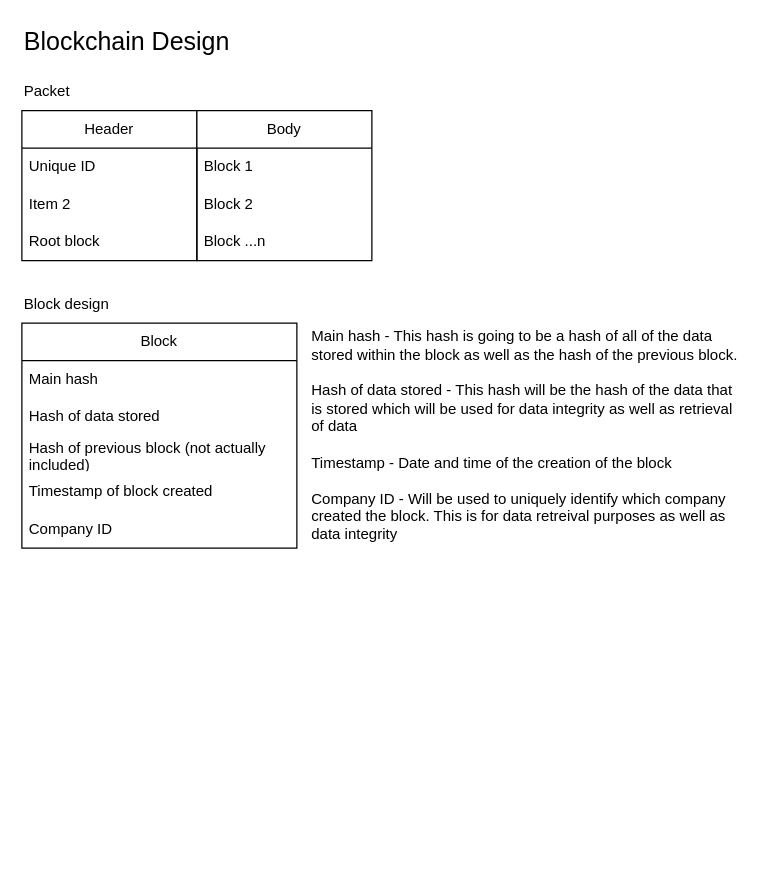
This is documentation/Blockchain design.drawio from LouisDonaldson/Blockchain-Cloud-Storage-Web-Service, a draw.io file, before an edit. Source tidied: cells renumbered, new cells numbered last; positions are measured from the earlier drawing's top-left corner, leaving out a move shared by most shapes. Both pictures are drawn from the tidied source at 125%, with x=0, y=0 at pixel (21, 21).
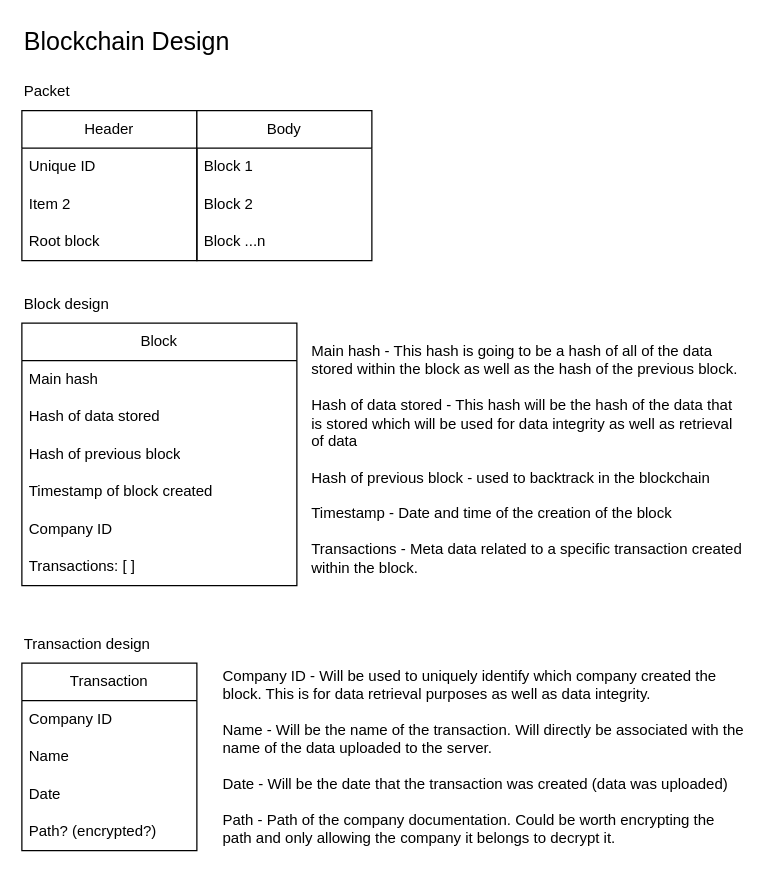
The same diagram, later.

Commit message (it also covers changes not shown here):
updated blockchain design

Diff of the diagram source:
```diff
@@
     <mxCell id="13" value="Block" style="swimlane;fontStyle=0;horizontal=1;startSize=30;whiteSpace=wrap;html=1;fontSize=12;fillColor=default;" parent="1" vertex="1">
-      <mxGeometry y="241" width="220" height="180" as="geometry" />
+      <mxGeometry y="241" width="220" height="210" as="geometry" />
     </mxCell>
@@
-    <mxCell id="16" value="Hash of previous block (not actually included)" style="text;strokeColor=none;fillColor=none;align=left;verticalAlign=middle;spacingLeft=4;spacingRight=4;overflow=hidden;whiteSpace=wrap;html=1;fontSize=12;" parent="13" vertex="1">
+    <mxCell id="16" value="Hash of previous block" style="text;strokeColor=none;fillColor=none;align=left;verticalAlign=middle;spacingLeft=4;spacingRight=4;overflow=hidden;whiteSpace=wrap;html=1;fontSize=12;" parent="13" vertex="1">
       <mxGeometry y="90" width="220" height="30" as="geometry" />
     </mxCell>
@@
+    <mxCell id="20" value="Transactions: [ ]" style="text;strokeColor=none;fillColor=none;align=left;verticalAlign=middle;spacingLeft=4;spacingRight=4;overflow=hidden;whiteSpace=wrap;html=1;" parent="13" vertex="1">
+      <mxGeometry y="180" width="220" height="30" as="geometry" />
+    </mxCell>
-    <mxCell id="19" value="Main hash - This hash is going to be a hash of all of the data stored within the block as well as the hash of the previous block.&lt;br&gt;&lt;br&gt;Hash of data stored - This hash will be the hash of the data that is stored which will be used for data integrity as well as retrieval of data&lt;br&gt;&lt;br&gt;Timestamp - Date and time of the creation of the block&lt;br&gt;&lt;br&gt;Company ID - Will be used to uniquely identify which company created the block. This is for data retreival purposes as well as data integrity" style="text;html=1;strokeColor=none;fillColor=none;align=left;verticalAlign=middle;whiteSpace=wrap;rounded=0;fontSize=12;" parent="1" vertex="1">
-      <mxGeometry x="230" y="226" width="350" height="210" as="geometry" />
+    <mxCell id="19" value="Main hash - This hash is going to be a hash of all of the data stored within the block as well as the hash of the previous block.&lt;br&gt;&lt;br&gt;Hash of data stored - This hash will be the hash of the data that is stored which will be used for data integrity as well as retrieval of data&lt;br&gt;&lt;br&gt;Hash of previous block - used to backtrack in the blockchain&amp;nbsp;&lt;br&gt;&lt;br&gt;Timestamp - Date and time of the creation of the block&lt;br&gt;&lt;br&gt;Transactions - Meta data related to a specific transaction created within the block." style="text;html=1;strokeColor=none;fillColor=none;align=left;verticalAlign=middle;whiteSpace=wrap;rounded=0;fontSize=12;" parent="1" vertex="1">
+      <mxGeometry x="230" y="226" width="350" height="247" as="geometry" />
     </mxCell>
+    <mxCell id="21" value="Transaction" style="swimlane;fontStyle=0;horizontal=1;startSize=30;whiteSpace=wrap;html=1;" parent="1" vertex="1">
+      <mxGeometry y="513" width="140" height="150" as="geometry" />
+    </mxCell>
+    <mxCell id="22" value="Company ID" style="text;strokeColor=none;fillColor=none;align=left;verticalAlign=middle;spacingLeft=4;spacingRight=4;overflow=hidden;whiteSpace=wrap;html=1;" parent="21" vertex="1">
+      <mxGeometry y="30" width="140" height="30" as="geometry" />
+    </mxCell>
+    <mxCell id="23" value="Name" style="text;strokeColor=none;fillColor=none;align=left;verticalAlign=middle;spacingLeft=4;spacingRight=4;overflow=hidden;whiteSpace=wrap;html=1;" parent="21" vertex="1">
+      <mxGeometry y="60" width="140" height="30" as="geometry" />
+    </mxCell>
+    <mxCell id="24" value="Date" style="text;strokeColor=none;fillColor=none;align=left;verticalAlign=middle;spacingLeft=4;spacingRight=4;overflow=hidden;whiteSpace=wrap;html=1;" parent="21" vertex="1">
+      <mxGeometry y="90" width="140" height="30" as="geometry" />
+    </mxCell>
+    <mxCell id="25" value="Path? (encrypted?)" style="text;strokeColor=none;fillColor=none;align=left;verticalAlign=middle;spacingLeft=4;spacingRight=4;overflow=hidden;whiteSpace=wrap;html=1;" parent="21" vertex="1">
+      <mxGeometry y="120" width="140" height="30" as="geometry" />
+    </mxCell>
+    <mxCell id="26" value="&lt;div style=&quot;text-align: left;&quot;&gt;&lt;span style=&quot;background-color: initial;&quot;&gt;Company ID - Will be used to uniquely identify which company created the block. This is for data retrieval purposes as well as data integrity.&lt;/span&gt;&lt;/div&gt;&lt;div style=&quot;text-align: left;&quot;&gt;&lt;span style=&quot;background-color: initial;&quot;&gt;&lt;br&gt;&lt;/span&gt;&lt;/div&gt;&lt;div style=&quot;text-align: left;&quot;&gt;&lt;span style=&quot;background-color: initial;&quot;&gt;Name - Will be the name of the transaction. Will directly be associated with the name of the data uploaded to the server.&lt;/span&gt;&lt;/div&gt;&lt;div style=&quot;text-align: left;&quot;&gt;&lt;span style=&quot;background-color: initial;&quot;&gt;&lt;br&gt;&lt;/span&gt;&lt;/div&gt;&lt;div style=&quot;text-align: left;&quot;&gt;&lt;span style=&quot;background-color: initial;&quot;&gt;Date - Will be the date that the transaction was created (data was uploaded)&lt;/span&gt;&lt;/div&gt;&lt;div style=&quot;text-align: left;&quot;&gt;&lt;span style=&quot;background-color: initial;&quot;&gt;&lt;br&gt;&lt;/span&gt;&lt;/div&gt;&lt;div style=&quot;text-align: left;&quot;&gt;Path - Path of the company documentation. Could be worth encrypting the path and only allowing the company it belongs to decrypt it.&lt;/div&gt;" style="text;html=1;strokeColor=none;fillColor=none;align=center;verticalAlign=middle;whiteSpace=wrap;rounded=0;" parent="1" vertex="1">
+      <mxGeometry x="160" y="500.5" width="420" height="175" as="geometry" />
+    </mxCell>
+    <mxCell id="27" value="Transaction design" style="text;html=1;strokeColor=none;fillColor=none;align=left;verticalAlign=middle;whiteSpace=wrap;rounded=0;fontSize=12;" parent="1" vertex="1">
+      <mxGeometry y="483" width="140" height="30" as="geometry" />
+    </mxCell>
```
